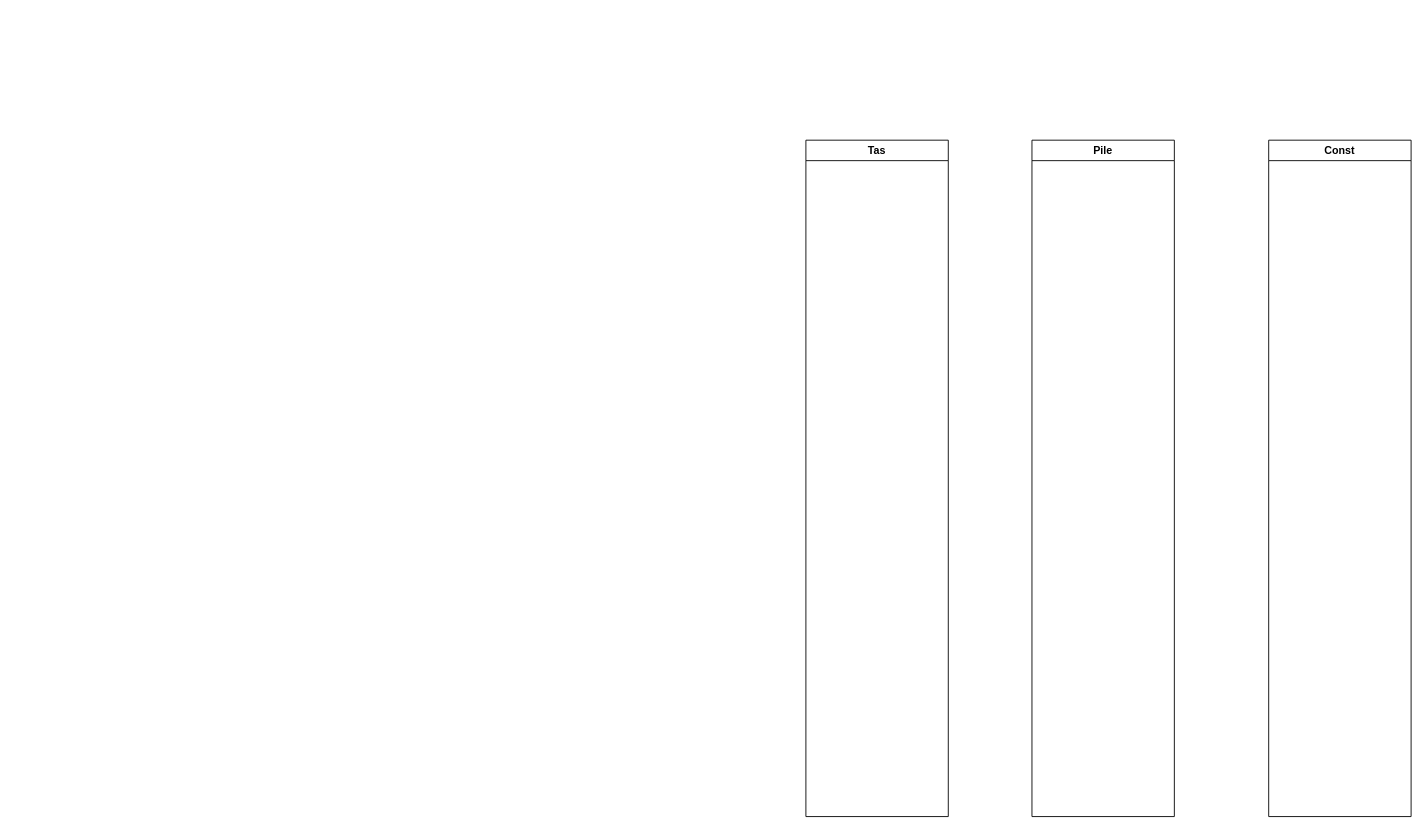
Above: CPP_TP2_DessinMemoire.drawio in Arkpsss/CPP_TP2 (draw.io), before the change. Source tidied: cells renumbered, new cells numbered last; positions are measured from the earlier drawing's top-left corner, leaving out a move shared by most shapes. Both pictures are drawn from the tidied source at 89%, with x=0, y=0 at pixel (805, 140).
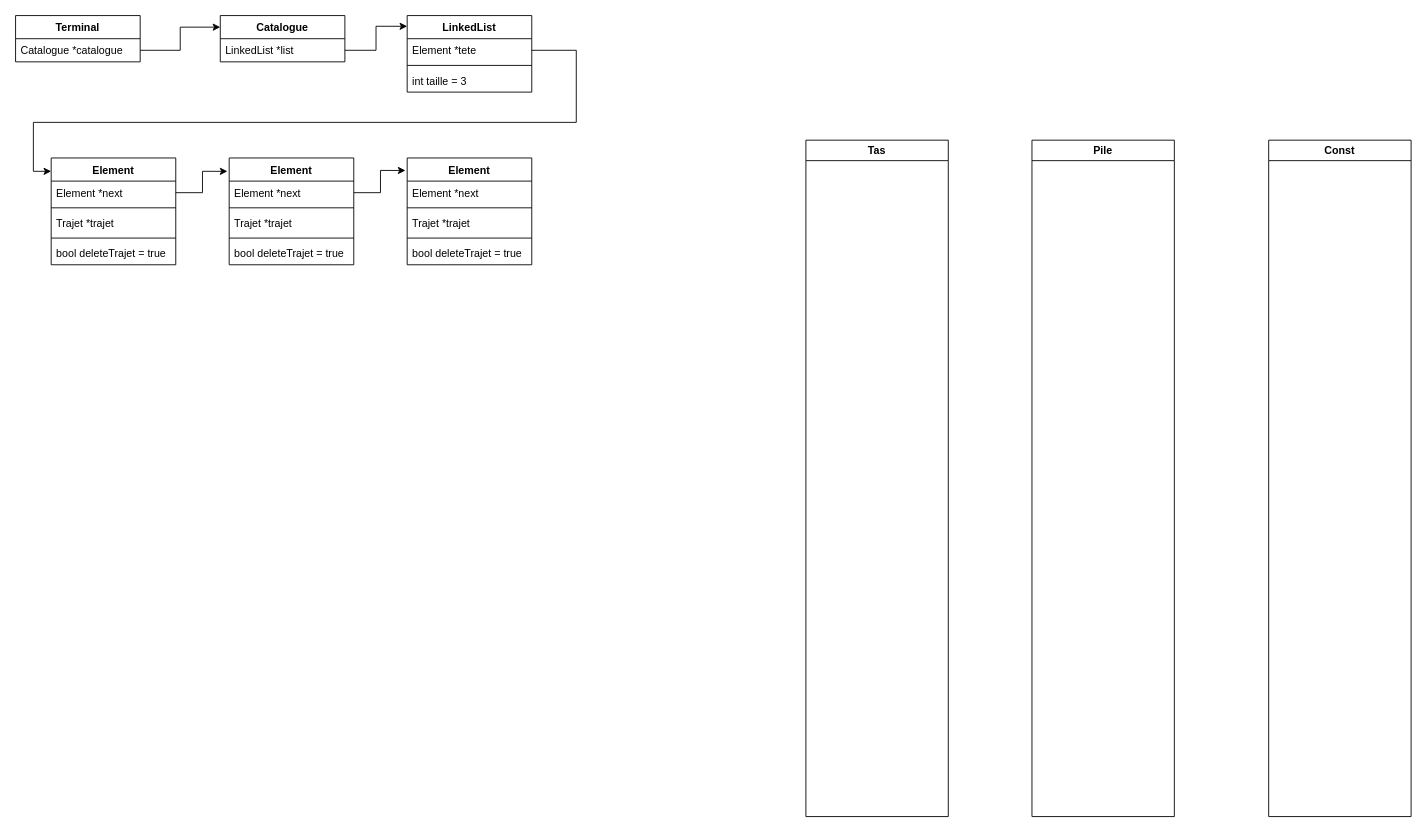
Above is the later version.

Commit message:
Création des Element

Diff of the diagram source:
```diff
@@
+    <mxCell id="5" value="Terminal" style="swimlane;fontStyle=1;horizontal=1;startSize=26;fillColor=none;" parent="1" vertex="1">
+      <mxGeometry x="-888" y="-140" width="140" height="52" as="geometry" />
+    </mxCell>
+    <mxCell id="6" value="Catalogue *catalogue" style="text;strokeColor=none;fillColor=none;align=left;verticalAlign=top;spacingLeft=4;spacingRight=4;overflow=hidden;points=[[0,0.5],[1,0.5]];portConstraint=eastwest;" parent="5" vertex="1">
+      <mxGeometry y="26" width="140" height="26" as="geometry" />
+    </mxCell>
+    <mxCell id="7" style="edgeStyle=orthogonalEdgeStyle;rounded=0;jettySize=auto;html=1;exitX=1;exitY=0.75;exitDx=0;exitDy=0;entryX=0;entryY=0.14;entryDx=0;entryDy=0;entryPerimeter=0;" parent="1" edge="1" source="8" target="11">
+      <mxGeometry relative="1" as="geometry" />
+    </mxCell>
+    <mxCell id="8" value="Catalogue" style="swimlane;fontStyle=1;horizontal=1;startSize=26;fillColor=none;" parent="1" vertex="1">
+      <mxGeometry x="-658" y="-140" width="140" height="52" as="geometry" />
+    </mxCell>
+    <mxCell id="9" value="LinkedList *list" style="text;strokeColor=none;fillColor=none;align=left;verticalAlign=top;spacingLeft=4;spacingRight=4;overflow=hidden;" parent="8" vertex="1">
+      <mxGeometry y="26" width="140" height="26" as="geometry" />
+    </mxCell>
+    <mxCell id="10" style="edgeStyle=orthogonalEdgeStyle;rounded=0;jettySize=auto;html=1;entryX=0;entryY=0.25;entryDx=0;entryDy=0;" parent="1" edge="1" source="6" target="8">
+      <mxGeometry relative="1" as="geometry" />
+    </mxCell>
+    <mxCell id="11" value="LinkedList" style="swimlane;fontStyle=1;align=center;verticalAlign=top;horizontal=1;startSize=26;" parent="1" vertex="1">
+      <mxGeometry x="-448" y="-140" width="140" height="86" as="geometry" />
+    </mxCell>
+    <mxCell id="12" value="Element *tete" style="text;strokeColor=none;fillColor=none;align=left;verticalAlign=top;spacingLeft=4;spacingRight=4;overflow=hidden;points=[[0,0.5],[1,0.5]];portConstraint=eastwest;" parent="11" vertex="1">
+      <mxGeometry y="26" width="140" height="26" as="geometry" />
+    </mxCell>
+    <mxCell id="13" style="line;strokeWidth=1;fillColor=none;align=left;verticalAlign=middle;spacingTop=-1;spacingLeft=3;spacingRight=3;labelPosition=right;strokeColor=inherit;" parent="11" vertex="1">
+      <mxGeometry y="52" width="140" height="8" as="geometry" />
+    </mxCell>
+    <mxCell id="14" value="int taille = 3" style="text;strokeColor=none;fillColor=none;align=left;verticalAlign=top;spacingLeft=4;spacingRight=4;overflow=hidden;" parent="11" vertex="1">
+      <mxGeometry y="60" width="140" height="26" as="geometry" />
+    </mxCell>
+    <mxCell id="15" value="Element" style="swimlane;fontStyle=1;align=center;verticalAlign=top;horizontal=1;startSize=26;fillColor=default;swimlaneLine=1;" parent="1" vertex="1">
+      <mxGeometry x="-848" y="20" width="140" height="120" as="geometry" />
+    </mxCell>
+    <mxCell id="16" value="Element *next" style="text;strokeColor=none;fillColor=none;align=left;verticalAlign=top;spacingLeft=4;spacingRight=4;overflow=hidden;points=[[0,0.5],[1,0.5]];portConstraint=eastwest;" parent="15" vertex="1">
+      <mxGeometry y="26" width="140" height="26" as="geometry" />
+    </mxCell>
+    <mxCell id="17" style="line;strokeWidth=1;fillColor=none;align=left;verticalAlign=middle;spacingTop=-1;spacingLeft=3;spacingRight=3;labelPosition=right;strokeColor=inherit;" parent="15" vertex="1">
+      <mxGeometry y="52" width="140" height="8" as="geometry" />
+    </mxCell>
+    <mxCell id="18" value="Trajet *trajet" style="text;strokeColor=none;fillColor=none;align=left;verticalAlign=top;spacingLeft=4;spacingRight=4;overflow=hidden;" parent="15" vertex="1">
+      <mxGeometry y="60" width="140" height="26" as="geometry" />
+    </mxCell>
+    <mxCell id="19" style="line;strokeWidth=1;fillColor=none;align=left;verticalAlign=middle;spacingTop=-1;spacingLeft=3;spacingRight=3;labelPosition=right;strokeColor=inherit;" parent="15" vertex="1">
+      <mxGeometry y="86" width="140" height="8" as="geometry" />
+    </mxCell>
+    <mxCell id="20" value="bool deleteTrajet = true" style="text;strokeColor=none;fillColor=none;align=left;verticalAlign=top;spacingLeft=4;spacingRight=4;overflow=hidden;" parent="15" vertex="1">
+      <mxGeometry y="94" width="140" height="26" as="geometry" />
+    </mxCell>
+    <mxCell id="21" style="edgeStyle=orthogonalEdgeStyle;rounded=0;jettySize=auto;html=1;entryX=0;entryY=0.125;entryDx=0;entryDy=0;entryPerimeter=0;" parent="1" edge="1" source="12" target="15">
+      <mxGeometry relative="1" as="geometry">
+        <Array as="points">
+          <mxPoint x="-258" y="-101" />
+          <mxPoint x="-258" y="-20" />
+          <mxPoint x="-868" y="-20" />
+          <mxPoint x="-868" y="35" />
+        </Array>
+      </mxGeometry>
+    </mxCell>
+    <mxCell id="22" value="Element" style="swimlane;fontStyle=1;align=center;verticalAlign=top;horizontal=1;startSize=26;fillColor=default;swimlaneLine=1;" parent="1" vertex="1">
+      <mxGeometry x="-648" y="20" width="140" height="120" as="geometry" />
+    </mxCell>
+    <mxCell id="23" value="Element *next" style="text;strokeColor=none;fillColor=none;align=left;verticalAlign=top;spacingLeft=4;spacingRight=4;overflow=hidden;points=[[0,0.5],[1,0.5]];portConstraint=eastwest;" parent="22" vertex="1">
+      <mxGeometry y="26" width="140" height="26" as="geometry" />
+    </mxCell>
+    <mxCell id="24" style="line;strokeWidth=1;fillColor=none;align=left;verticalAlign=middle;spacingTop=-1;spacingLeft=3;spacingRight=3;labelPosition=right;strokeColor=inherit;" parent="22" vertex="1">
+      <mxGeometry y="52" width="140" height="8" as="geometry" />
+    </mxCell>
+    <mxCell id="25" value="Trajet *trajet" style="text;strokeColor=none;fillColor=none;align=left;verticalAlign=top;spacingLeft=4;spacingRight=4;overflow=hidden;" parent="22" vertex="1">
+      <mxGeometry y="60" width="140" height="26" as="geometry" />
+    </mxCell>
+    <mxCell id="26" style="line;strokeWidth=1;fillColor=none;align=left;verticalAlign=middle;spacingTop=-1;spacingLeft=3;spacingRight=3;labelPosition=right;strokeColor=inherit;" parent="22" vertex="1">
+      <mxGeometry y="86" width="140" height="8" as="geometry" />
+    </mxCell>
+    <mxCell id="27" value="bool deleteTrajet = true" style="text;strokeColor=none;fillColor=none;align=left;verticalAlign=top;spacingLeft=4;spacingRight=4;overflow=hidden;" parent="22" vertex="1">
+      <mxGeometry y="94" width="140" height="26" as="geometry" />
+    </mxCell>
+    <mxCell id="28" value="Element" style="swimlane;fontStyle=1;align=center;verticalAlign=top;horizontal=1;startSize=26;fillColor=default;swimlaneLine=1;" parent="1" vertex="1">
+      <mxGeometry x="-448" y="20" width="140" height="120" as="geometry" />
+    </mxCell>
+    <mxCell id="29" value="Element *next" style="text;strokeColor=none;fillColor=none;align=left;verticalAlign=top;spacingLeft=4;spacingRight=4;overflow=hidden;" parent="28" vertex="1">
+      <mxGeometry y="26" width="140" height="26" as="geometry" />
+    </mxCell>
+    <mxCell id="30" style="line;strokeWidth=1;fillColor=none;align=left;verticalAlign=middle;spacingTop=-1;spacingLeft=3;spacingRight=3;labelPosition=right;strokeColor=inherit;" parent="28" vertex="1">
+      <mxGeometry y="52" width="140" height="8" as="geometry" />
+    </mxCell>
+    <mxCell id="31" value="Trajet *trajet" style="text;strokeColor=none;fillColor=none;align=left;verticalAlign=top;spacingLeft=4;spacingRight=4;overflow=hidden;" parent="28" vertex="1">
+      <mxGeometry y="60" width="140" height="26" as="geometry" />
+    </mxCell>
+    <mxCell id="32" style="line;strokeWidth=1;fillColor=none;align=left;verticalAlign=middle;spacingTop=-1;spacingLeft=3;spacingRight=3;labelPosition=right;strokeColor=inherit;" parent="28" vertex="1">
+      <mxGeometry y="86" width="140" height="8" as="geometry" />
+    </mxCell>
+    <mxCell id="33" value="bool deleteTrajet = true" style="text;strokeColor=none;fillColor=none;align=left;verticalAlign=top;spacingLeft=4;spacingRight=4;overflow=hidden;" parent="28" vertex="1">
+      <mxGeometry y="94" width="140" height="26" as="geometry" />
+    </mxCell>
+    <mxCell id="34" style="edgeStyle=orthogonalEdgeStyle;rounded=0;jettySize=auto;html=1;exitX=1;exitY=0.5;exitDx=0;exitDy=0;entryX=-0.014;entryY=0.125;entryDx=0;entryDy=0;entryPerimeter=0;" parent="1" edge="1" source="16" target="22">
+      <mxGeometry relative="1" as="geometry" />
+    </mxCell>
+    <mxCell id="35" style="edgeStyle=orthogonalEdgeStyle;rounded=0;jettySize=auto;html=1;entryX=-0.014;entryY=0.117;entryDx=0;entryDy=0;entryPerimeter=0;" parent="1" edge="1" source="23" target="28">
+      <mxGeometry relative="1" as="geometry" />
+    </mxCell>
```
